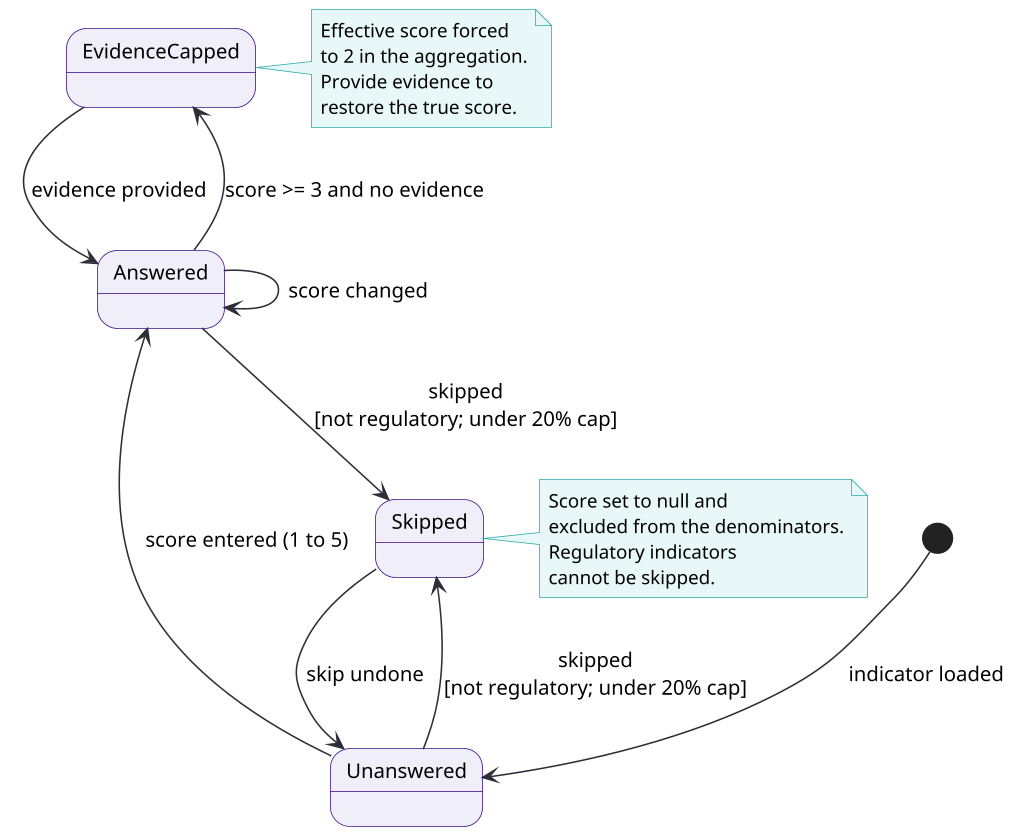
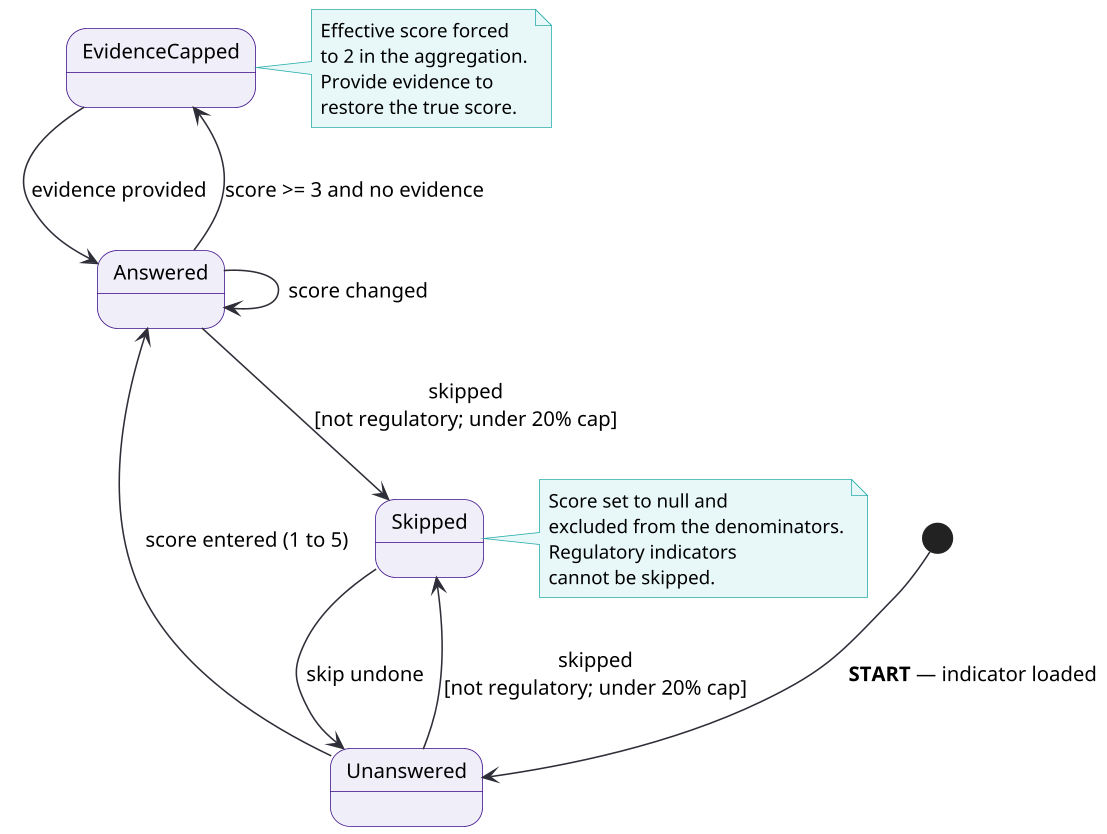
@startuml state
skinparam backgroundColor white
skinparam defaultFontSize 13
skinparam dpi 150
skinparam stateBackgroundColor #F0EEF8
skinparam stateBorderColor #3D108A
skinparam stateArrowColor #2E2E38
skinparam stateFontSize 13
skinparam noteBackgroundColor #E8F8F8
skinparam noteBorderColor #27ACAA
skinparam noteFontSize 12

- [*] --> Unanswered : indicator loaded
+ [*] --> Unanswered : **START** — indicator loaded

Unanswered --> Answered : score entered (1 to 5)
Answered --> Answered : score changed

Answered --> EvidenceCapped : score >= 3 and no evidence
EvidenceCapped --> Answered : evidence provided

Unanswered --> Skipped : skipped\n[not regulatory; under 20% cap]
Answered --> Skipped : skipped\n[not regulatory; under 20% cap]
Skipped --> Unanswered : skip undone

note right of EvidenceCapped
  Effective score forced
  to 2 in the aggregation.
  Provide evidence to
  restore the true score.
end note

note right of Skipped
  Score set to null and
  excluded from the denominators.
  Regulatory indicators
  cannot be skipped.
end note

@enduml
